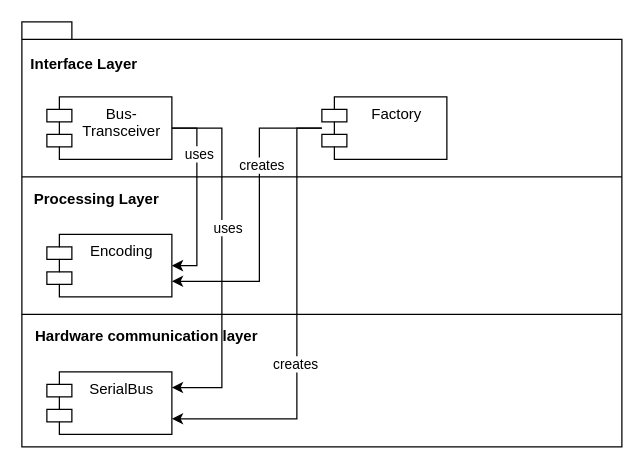
This is BusTransactions/Architecture/BusTransceiver.drawio from Uhgtred/Car_Infotainment_System, a draw.io file, before an edit. Source tidied: cells renumbered, new cells numbered last; positions are measured from the earlier drawing's top-left corner, leaving out a move shared by most shapes. Both pictures are drawn from the tidied source at 125%, with x=0, y=0 at pixel (21, 21).
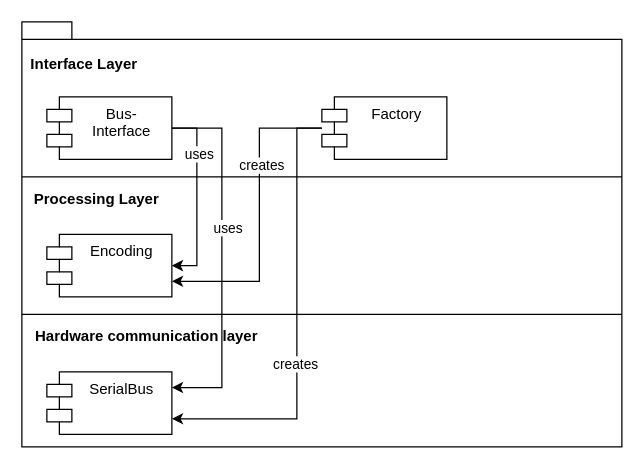
The same diagram, later.

What changed in the source:
```diff
@@
-    <mxCell id="14" value="Bus-&#10;Transceiver" style="shape=module;align=left;spacingLeft=20;align=center;verticalAlign=top;" parent="1" vertex="1">
+    <mxCell id="14" value="Bus-&#10;Interface" style="shape=module;align=left;spacingLeft=20;align=center;verticalAlign=top;" parent="1" vertex="1">
       <mxGeometry x="20" y="60" width="100" height="50" as="geometry" />
     </mxCell>
```
